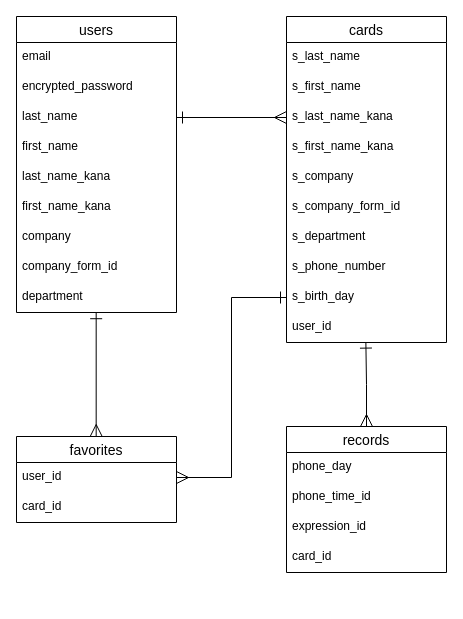
yuyakawai0411/s-alert keeps this draw.io diagram as alert.dio. Above is the earlier version. Source tidied: cells renumbered, new cells numbered last; positions are measured from the earlier drawing's top-left corner, leaving out a move shared by most shapes. Both pictures are drawn from the tidied source at 100%, with x=0, y=0 at pixel (16, 16).
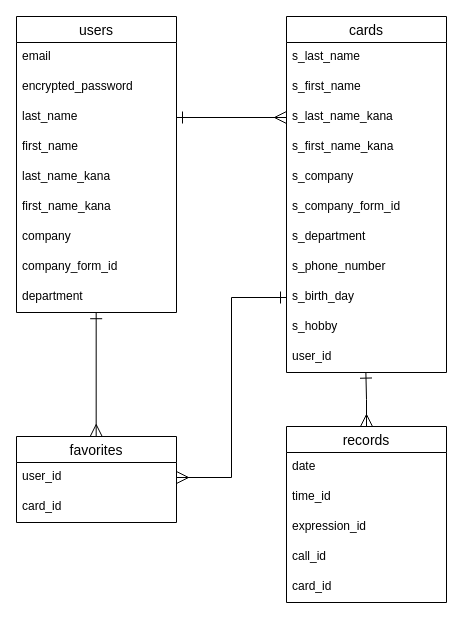
The same page after the edit.

The edit, as a diff of the source:
```diff
@@
     <mxCell id="12" value="cards" style="swimlane;fontStyle=0;horizontal=1;startSize=26;align=center;fontSize=14;" parent="1" vertex="1">
-      <mxGeometry x="270" width="160" height="326" as="geometry" />
+      <mxGeometry x="270" width="160" height="356" as="geometry" />
     </mxCell>
@@
+    <mxCell id="35" value="s_hobby" style="text;strokeColor=none;fillColor=none;spacingLeft=4;spacingRight=4;overflow=hidden;fontSize=12;" parent="12" vertex="1">
+      <mxGeometry y="296" width="160" height="30" as="geometry" />
+    </mxCell>
     <mxCell id="22" value="user_id" style="text;strokeColor=none;fillColor=none;spacingLeft=4;spacingRight=4;overflow=hidden;points=[[0,0.5],[1,0.5]];portConstraint=eastwest;fontSize=12;" parent="12" vertex="1">
-      <mxGeometry y="296" width="160" height="30" as="geometry" />
+      <mxGeometry y="326" width="160" height="30" as="geometry" />
     </mxCell>
@@
     <mxCell id="30" value="records" style="swimlane;fontStyle=0;horizontal=1;startSize=26;align=center;fontSize=14;" parent="1" vertex="1">
-      <mxGeometry x="270" y="410" width="160" height="146" as="geometry" />
+      <mxGeometry x="270" y="410" width="160" height="176" as="geometry" />
     </mxCell>
-    <mxCell id="31" value="phone_day" style="text;strokeColor=none;fillColor=none;spacingLeft=4;spacingRight=4;overflow=hidden;fontSize=12;" parent="30" vertex="1">
+    <mxCell id="31" value="date" style="text;strokeColor=none;fillColor=none;spacingLeft=4;spacingRight=4;overflow=hidden;fontSize=12;" parent="30" vertex="1">
       <mxGeometry y="26" width="160" height="30" as="geometry" />
     </mxCell>
-    <mxCell id="32" value="phone_time_id" style="text;strokeColor=none;fillColor=none;spacingLeft=4;spacingRight=4;overflow=hidden;fontSize=12;" parent="30" vertex="1">
+    <mxCell id="32" value="time_id" style="text;strokeColor=none;fillColor=none;spacingLeft=4;spacingRight=4;overflow=hidden;fontSize=12;" parent="30" vertex="1">
       <mxGeometry y="56" width="160" height="30" as="geometry" />
     </mxCell>
@@
+    <mxCell id="36" value="call_id" style="text;strokeColor=none;fillColor=none;spacingLeft=4;spacingRight=4;overflow=hidden;fontSize=12;" parent="30" vertex="1">
+      <mxGeometry y="116" width="160" height="30" as="geometry" />
+    </mxCell>
     <mxCell id="34" value="card_id" style="text;strokeColor=none;fillColor=none;spacingLeft=4;spacingRight=4;overflow=hidden;fontSize=12;" parent="30" vertex="1">
-      <mxGeometry y="116" width="160" height="30" as="geometry" />
+      <mxGeometry y="146" width="160" height="30" as="geometry" />
     </mxCell>
```
